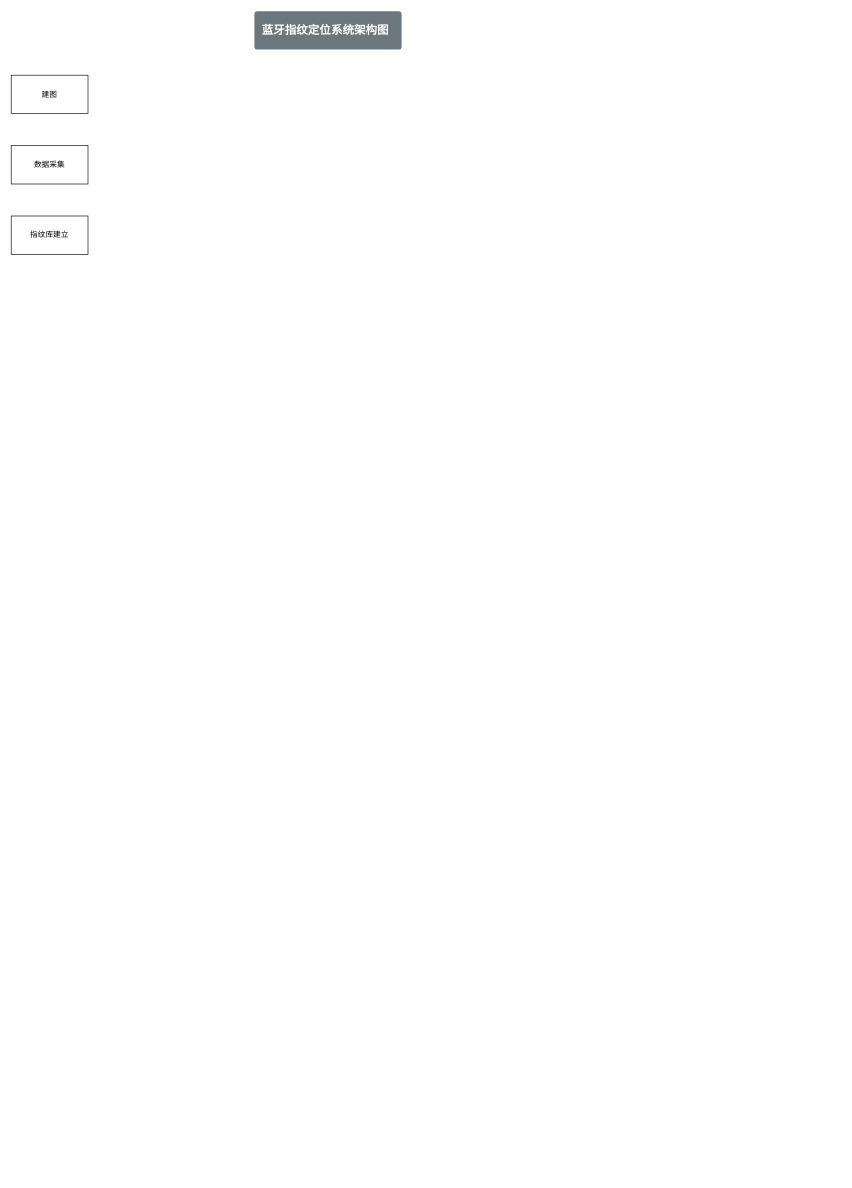
Above: page "指纹定位系统架构" (1 of 3) of Fingerprinting/Doc/BLE-Fingerprinting.drawio in Joiner12/Position (draw.io), before the change. Source tidied: cells renumbered, new cells numbered last; positions are measured from the earlier drawing's top-left corner, leaving out a move shared by most shapes. Both pictures are drawn from the tidied source at 64%, with x=0, y=0 at pixel (11, 11).
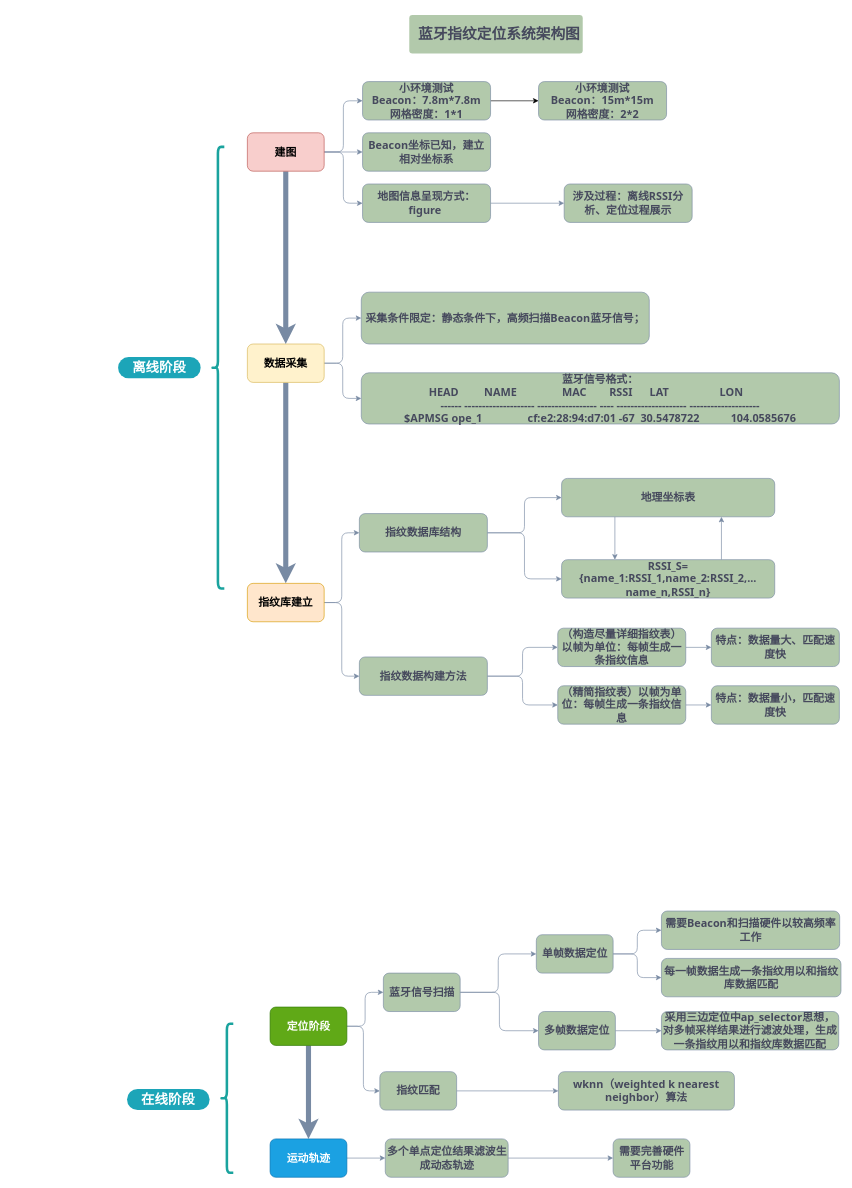
The same diagram, later.

What changed in the source:
```diff
@@
-    <mxCell id="2" value="蓝牙指纹定位系统架构图" style="html=1;shadow=0;dashed=0;shape=mxgraph.bootstrap.rrect;rSize=5;strokeColor=none;strokeWidth=1;fillColor=#6C767D;fontColor=#FFFFFF;whiteSpace=wrap;align=left;verticalAlign=middle;spacingLeft=10;fontStyle=1;fontSize=18;" parent="1" vertex="1">
-      <mxGeometry x="380" width="230" height="60" as="geometry" />
+    <mxCell id="2" value="&lt;font style=&quot;font-size: 23px;&quot;&gt;蓝牙指纹定位系统架构图&lt;/font&gt;" style="html=1;shadow=0;dashed=0;shape=mxgraph.bootstrap.rrect;rSize=5;strokeColor=none;strokeWidth=1;fillColor=#B2C9AB;fontColor=#46495D;whiteSpace=wrap;align=center;verticalAlign=middle;spacingLeft=10;fontStyle=1;fontSize=23;rounded=1;fontFamily=Times New Roman;" parent="1" vertex="1">
+      <mxGeometry x="622" y="6" width="271" height="60" as="geometry" />
     </mxCell>
+    <mxCell id="6" style="edgeStyle=orthogonalEdgeStyle;jettySize=auto;html=1;entryX=0;entryY=0.5;entryDx=0;entryDy=0;strokeColor=#788AA3;fontColor=#46495D;fontSize=17;fontStyle=1;fontFamily=Tahoma;" parent="1" edge="1" source="3" target="17">
+      <mxGeometry relative="1" as="geometry" />
+    </mxCell>
+    <mxCell id="7" style="edgeStyle=orthogonalEdgeStyle;jettySize=auto;html=1;exitX=1;exitY=0.5;exitDx=0;exitDy=0;strokeColor=#788AA3;fontColor=#46495D;fontSize=17;fontStyle=1;fontFamily=Tahoma;" parent="1" edge="1" source="3" target="22">
+      <mxGeometry relative="1" as="geometry" />
+    </mxCell>
+    <mxCell id="8" style="edgeStyle=orthogonalEdgeStyle;curved=0;rounded=1;sketch=0;jettySize=auto;html=1;fontFamily=Times New Roman;fontSize=23;fontColor=#46495D;strokeColor=#788AA3;fillColor=#B2C9AB;strokeWidth=8;" parent="1" edge="1" source="3" target="5">
+      <mxGeometry relative="1" as="geometry" />
+    </mxCell>
-    <mxCell id="3" value="数据采集" style="rounded=0;whiteSpace=wrap;html=1;" parent="1" vertex="1">
-      <mxGeometry y="210" width="120" height="60" as="geometry" />
+    <mxCell id="3" value="数据采集" style="whiteSpace=wrap;html=1;rounded=1;fillColor=#fff2cc;strokeColor=#d6b656;fontSize=17;fontStyle=1;fontFamily=Tahoma;" parent="1" vertex="1">
+      <mxGeometry x="369" y="520" width="120" height="60" as="geometry" />
     </mxCell>
+    <mxCell id="9" style="edgeStyle=orthogonalEdgeStyle;jettySize=auto;html=1;strokeColor=#788AA3;fontColor=#46495D;fontSize=17;fontStyle=1;fontFamily=Tahoma;" parent="1" edge="1" source="4" target="18">
+      <mxGeometry relative="1" as="geometry" />
+    </mxCell>
+    <mxCell id="10" style="edgeStyle=orthogonalEdgeStyle;jettySize=auto;html=1;entryX=0;entryY=0.5;entryDx=0;entryDy=0;strokeColor=#788AA3;fontColor=#46495D;fontSize=17;fontStyle=1;fontFamily=Tahoma;" parent="1" edge="1" source="4" target="20">
+      <mxGeometry relative="1" as="geometry" />
+    </mxCell>
+    <mxCell id="11" style="edgeStyle=orthogonalEdgeStyle;jettySize=auto;html=1;entryX=0;entryY=0.5;entryDx=0;entryDy=0;strokeColor=#788AA3;fontColor=#46495D;fontSize=17;fontStyle=1;fontFamily=Tahoma;" parent="1" edge="1" source="4" target="16">
+      <mxGeometry relative="1" as="geometry" />
+    </mxCell>
+    <mxCell id="12" style="edgeStyle=orthogonalEdgeStyle;curved=0;rounded=1;sketch=0;jettySize=auto;html=1;fontFamily=Times New Roman;fontSize=23;fontColor=#46495D;strokeColor=#788AA3;fillColor=#B2C9AB;strokeWidth=8;" parent="1" edge="1" source="4" target="3">
+      <mxGeometry relative="1" as="geometry" />
+    </mxCell>
-    <mxCell id="4" value="建图" style="rounded=0;whiteSpace=wrap;html=1;" parent="1" vertex="1">
-      <mxGeometry y="100" width="120" height="60" as="geometry" />
+    <mxCell id="4" value="建图" style="whiteSpace=wrap;html=1;rounded=1;fillColor=#f8cecc;strokeColor=#b85450;fontSize=17;fontStyle=1;fontFamily=Tahoma;" parent="1" vertex="1">
+      <mxGeometry x="369" y="190" width="120" height="60" as="geometry" />
     </mxCell>
+    <mxCell id="13" style="edgeStyle=orthogonalEdgeStyle;jettySize=auto;html=1;entryX=0;entryY=0.5;entryDx=0;entryDy=0;strokeColor=#788AA3;fontColor=#46495D;fontSize=17;fontStyle=1;fontFamily=Tahoma;" parent="1" edge="1" source="5" target="25">
+      <mxGeometry relative="1" as="geometry" />
+    </mxCell>
+    <mxCell id="14" style="edgeStyle=orthogonalEdgeStyle;jettySize=auto;html=1;entryX=0;entryY=0.5;entryDx=0;entryDy=0;strokeColor=#788AA3;fontColor=#46495D;fontSize=17;fontStyle=1;fontFamily=Tahoma;" parent="1" edge="1" source="5" target="32">
+      <mxGeometry relative="1" as="geometry" />
+    </mxCell>
-    <mxCell id="5" value="指纹库建立" style="rounded=0;whiteSpace=wrap;html=1;" parent="1" vertex="1">
-      <mxGeometry y="320" width="120" height="60" as="geometry" />
+    <mxCell id="5" value="指纹库建立" style="whiteSpace=wrap;html=1;rounded=1;fillColor=#ffe6cc;strokeColor=#d79b00;fontSize=17;fontStyle=1;fontFamily=Tahoma;" parent="1" vertex="1">
+      <mxGeometry x="369" y="894" width="120" height="60" as="geometry" />
     </mxCell>
+    <mxCell id="15" style="edgeStyle=orthogonalEdgeStyle;rounded=0;jettySize=auto;html=1;" parent="1" edge="1" source="16" target="66">
+      <mxGeometry relative="1" as="geometry" />
+    </mxCell>
+    <mxCell id="16" value="小环境测试&lt;br style=&quot;font-size: 17px;&quot;&gt;Beacon：7.8m*7.8m&lt;br style=&quot;font-size: 17px;&quot;&gt;网格密度：1*1" style="whiteSpace=wrap;html=1;rounded=1;fillColor=#B2C9AB;strokeColor=#788AA3;fontColor=#46495D;fontSize=17;fontStyle=1;fontFamily=Tahoma;" parent="1" vertex="1">
+      <mxGeometry x="549" y="110" width="200" height="60" as="geometry" />
+    </mxCell>
+    <mxCell id="17" value="采集条件限定：静态条件下，高频扫描Beacon蓝牙信号；" style="whiteSpace=wrap;html=1;rounded=1;fillColor=#B2C9AB;strokeColor=#788AA3;fontColor=#46495D;fontSize=17;fontStyle=1;fontFamily=Tahoma;" parent="1" vertex="1">
+      <mxGeometry x="547" y="439" width="450" height="81" as="geometry" />
+    </mxCell>
+    <mxCell id="18" value="Beacon坐标已知，建立相对坐标系" style="whiteSpace=wrap;html=1;rounded=1;fillColor=#B2C9AB;strokeColor=#788AA3;fontColor=#46495D;fontSize=17;fontStyle=1;fontFamily=Tahoma;" parent="1" vertex="1">
+      <mxGeometry x="549" y="190" width="200" height="60" as="geometry" />
+    </mxCell>
+    <mxCell id="19" style="edgeStyle=orthogonalEdgeStyle;jettySize=auto;html=1;strokeColor=#788AA3;fontColor=#46495D;fontSize=17;fontStyle=1;fontFamily=Tahoma;" parent="1" edge="1" source="20" target="21">
+      <mxGeometry relative="1" as="geometry" />
+    </mxCell>
+    <mxCell id="20" value="地图信息呈现方式：figure&amp;nbsp;" style="whiteSpace=wrap;html=1;rounded=1;fillColor=#B2C9AB;strokeColor=#788AA3;fontColor=#46495D;fontSize=17;fontStyle=1;fontFamily=Tahoma;" parent="1" vertex="1">
+      <mxGeometry x="549" y="270" width="200" height="60" as="geometry" />
+    </mxCell>
+    <mxCell id="21" value="涉及过程：离线RSSI分析、定位过程展示" style="whiteSpace=wrap;html=1;rounded=1;fillColor=#B2C9AB;strokeColor=#788AA3;fontColor=#46495D;fontSize=17;fontStyle=1;fontFamily=Tahoma;" parent="1" vertex="1">
+      <mxGeometry x="864" y="270" width="200" height="60" as="geometry" />
+    </mxCell>
+    <mxCell id="22" value="蓝牙信号格式：&lt;br style=&quot;font-size: 17px;&quot;&gt;&lt;div style=&quot;font-size: 17px;&quot;&gt;&amp;nbsp; HEAD&amp;nbsp; &amp;nbsp; &amp;nbsp; &amp;nbsp; &amp;nbsp;NAME&amp;nbsp; &amp;nbsp; &amp;nbsp; &amp;nbsp; &amp;nbsp; &amp;nbsp; &amp;nbsp; &amp;nbsp; MAC&amp;nbsp; &amp;nbsp; &amp;nbsp; &amp;nbsp; RSSI&amp;nbsp; &amp;nbsp; &amp;nbsp; LAT&amp;nbsp; &amp;nbsp; &amp;nbsp; &amp;nbsp; &amp;nbsp; &amp;nbsp; &amp;nbsp; &amp;nbsp; &amp;nbsp; LON&amp;nbsp; &amp;nbsp; &amp;nbsp; &amp;nbsp; &amp;nbsp; &amp;nbsp;&amp;nbsp;&lt;/div&gt;&lt;div style=&quot;font-size: 17px;&quot;&gt;------ -------------------- ----------------- ---- -------------------- --------------------&lt;/div&gt;&lt;div style=&quot;font-size: 17px;&quot;&gt;$APMSG ope_1&amp;nbsp; &amp;nbsp; &amp;nbsp; &amp;nbsp; &amp;nbsp; &amp;nbsp; &amp;nbsp; &amp;nbsp; cf:e2:28:94:d7:01 -67&amp;nbsp; 30.5478722&amp;nbsp; &amp;nbsp; &amp;nbsp; &amp;nbsp; &amp;nbsp; &amp;nbsp;104.0585676&lt;/div&gt;" style="whiteSpace=wrap;html=1;rounded=1;fillColor=#B2C9AB;strokeColor=#788AA3;fontColor=#46495D;fontSize=17;fontStyle=1;fontFamily=Tahoma;" parent="1" vertex="1">
+      <mxGeometry x="547" y="565" width="747" height="80" as="geometry" />
+    </mxCell>
+    <mxCell id="23" style="edgeStyle=orthogonalEdgeStyle;jettySize=auto;html=1;strokeColor=#788AA3;fontColor=#46495D;fontSize=17;fontStyle=1;fontFamily=Tahoma;" parent="1" edge="1" source="25" target="27">
+      <mxGeometry relative="1" as="geometry" />
+    </mxCell>
+    <mxCell id="24" style="edgeStyle=orthogonalEdgeStyle;jettySize=auto;html=1;exitX=1;exitY=0.5;exitDx=0;exitDy=0;entryX=0;entryY=0.5;entryDx=0;entryDy=0;strokeColor=#788AA3;fontColor=#46495D;fontSize=17;fontStyle=1;fontFamily=Tahoma;" parent="1" edge="1" source="25" target="29">
+      <mxGeometry relative="1" as="geometry" />
+    </mxCell>
+    <mxCell id="25" value="指纹数据库结构" style="whiteSpace=wrap;html=1;rounded=1;fillColor=#B2C9AB;strokeColor=#788AA3;fontColor=#46495D;fontSize=17;fontStyle=1;fontFamily=Tahoma;" parent="1" vertex="1">
+      <mxGeometry x="544" y="785" width="200" height="60" as="geometry" />
+    </mxCell>
+    <mxCell id="26" style="edgeStyle=orthogonalEdgeStyle;jettySize=auto;html=1;exitX=0.25;exitY=1;exitDx=0;exitDy=0;entryX=0.25;entryY=0;entryDx=0;entryDy=0;strokeColor=#788AA3;fontColor=#46495D;fontSize=17;fontStyle=1;fontFamily=Tahoma;" parent="1" edge="1" source="27" target="29">
+      <mxGeometry relative="1" as="geometry" />
+    </mxCell>
+    <mxCell id="27" value="地理坐标表" style="whiteSpace=wrap;html=1;rounded=1;fillColor=#B2C9AB;strokeColor=#788AA3;fontColor=#46495D;fontSize=17;fontStyle=1;fontFamily=Tahoma;" parent="1" vertex="1">
+      <mxGeometry x="860" y="730" width="333" height="60" as="geometry" />
+    </mxCell>
+    <mxCell id="28" style="edgeStyle=orthogonalEdgeStyle;jettySize=auto;html=1;exitX=0.75;exitY=0;exitDx=0;exitDy=0;entryX=0.75;entryY=1;entryDx=0;entryDy=0;strokeColor=#788AA3;fontColor=#46495D;fontSize=17;fontStyle=1;fontFamily=Tahoma;" parent="1" edge="1" source="29" target="27">
+      <mxGeometry relative="1" as="geometry" />
+    </mxCell>
+    <mxCell id="29" value="RSSI_S={name_1:RSSI_1,name_2:RSSI_2,...&lt;br style=&quot;font-size: 17px;&quot;&gt;name_n,RSSI_n}" style="whiteSpace=wrap;html=1;rounded=1;fillColor=#B2C9AB;strokeColor=#788AA3;fontColor=#46495D;fontSize=17;fontStyle=1;fontFamily=Tahoma;" parent="1" vertex="1">
+      <mxGeometry x="860" y="857" width="333" height="60" as="geometry" />
+    </mxCell>
+    <mxCell id="30" style="edgeStyle=orthogonalEdgeStyle;jettySize=auto;html=1;exitX=1;exitY=0.5;exitDx=0;exitDy=0;entryX=0;entryY=0.5;entryDx=0;entryDy=0;strokeColor=#788AA3;fontColor=#46495D;fontSize=17;fontStyle=1;fontFamily=Tahoma;" parent="1" edge="1" source="32" target="34">
+      <mxGeometry relative="1" as="geometry" />
+    </mxCell>
+    <mxCell id="31" style="edgeStyle=orthogonalEdgeStyle;jettySize=auto;html=1;entryX=0;entryY=0.5;entryDx=0;entryDy=0;strokeColor=#788AA3;fontColor=#46495D;fontSize=17;fontStyle=1;fontFamily=Tahoma;" parent="1" edge="1" source="32" target="36">
+      <mxGeometry relative="1" as="geometry" />
+    </mxCell>
+    <mxCell id="32" value="指纹数据构建方法" style="whiteSpace=wrap;html=1;rounded=1;fillColor=#B2C9AB;strokeColor=#788AA3;fontColor=#46495D;fontSize=17;fontStyle=1;fontFamily=Tahoma;" parent="1" vertex="1">
+      <mxGeometry x="544" y="1009" width="200" height="60" as="geometry" />
+    </mxCell>
+    <mxCell id="33" style="edgeStyle=orthogonalEdgeStyle;jettySize=auto;html=1;entryX=0;entryY=0.5;entryDx=0;entryDy=0;strokeColor=#788AA3;fontColor=#46495D;fontSize=17;fontStyle=1;fontFamily=Tahoma;" parent="1" edge="1" source="34" target="38">
+      <mxGeometry relative="1" as="geometry" />
+    </mxCell>
+    <mxCell id="34" value="（构造尽量详细指纹表）以帧为单位：每帧生成一条指纹信息" style="whiteSpace=wrap;html=1;rounded=1;fillColor=#B2C9AB;strokeColor=#788AA3;fontColor=#46495D;fontSize=17;fontStyle=1;fontFamily=Tahoma;" parent="1" vertex="1">
+      <mxGeometry x="854" y="964" width="200" height="60" as="geometry" />
+    </mxCell>
+    <mxCell id="35" style="edgeStyle=orthogonalEdgeStyle;jettySize=auto;html=1;strokeColor=#788AA3;fontColor=#46495D;fontSize=17;fontStyle=1;fontFamily=Tahoma;" parent="1" edge="1" source="36" target="37">
+      <mxGeometry relative="1" as="geometry" />
+    </mxCell>
+    <mxCell id="36" value="（精简指纹表）以帧为单位：每帧生成一条指纹信息" style="whiteSpace=wrap;html=1;rounded=1;fillColor=#B2C9AB;strokeColor=#788AA3;fontColor=#46495D;fontSize=17;fontStyle=1;fontFamily=Tahoma;" parent="1" vertex="1">
+      <mxGeometry x="854" y="1054" width="200" height="60" as="geometry" />
+    </mxCell>
+    <mxCell id="37" value="特点：数据量小，匹配速度快" style="whiteSpace=wrap;html=1;rounded=1;fillColor=#B2C9AB;strokeColor=#788AA3;fontColor=#46495D;fontSize=17;fontStyle=1;fontFamily=Tahoma;" parent="1" vertex="1">
+      <mxGeometry x="1094" y="1054" width="200" height="60" as="geometry" />
+    </mxCell>
+    <mxCell id="38" value="特点：数据量大、匹配速度快" style="whiteSpace=wrap;html=1;rounded=1;fillColor=#B2C9AB;strokeColor=#788AA3;fontColor=#46495D;fontSize=17;fontStyle=1;fontFamily=Tahoma;" parent="1" vertex="1">
+      <mxGeometry x="1094" y="964" width="200" height="60" as="geometry" />
+    </mxCell>
+    <mxCell id="39" style="edgeStyle=orthogonalEdgeStyle;jettySize=auto;html=1;strokeColor=#788AA3;fontColor=#46495D;fontSize=17;fontStyle=1;fontFamily=Tahoma;" parent="1" edge="1" source="42" target="45">
+      <mxGeometry relative="1" as="geometry" />
+    </mxCell>
+    <mxCell id="40" style="edgeStyle=orthogonalEdgeStyle;jettySize=auto;html=1;entryX=0;entryY=0.5;entryDx=0;entryDy=0;strokeColor=#788AA3;fontColor=#46495D;fontSize=17;fontStyle=1;fontFamily=Tahoma;" parent="1" edge="1" source="42" target="47">
+      <mxGeometry relative="1" as="geometry" />
+    </mxCell>
+    <mxCell id="41" style="edgeStyle=orthogonalEdgeStyle;curved=0;rounded=1;sketch=0;jettySize=auto;html=1;entryX=0.5;entryY=0;entryDx=0;entryDy=0;fontFamily=Times New Roman;fontSize=23;fontColor=#46495D;strokeColor=#788AA3;fillColor=#B2C9AB;strokeWidth=8;" parent="1" edge="1" source="42" target="54">
+      <mxGeometry relative="1" as="geometry" />
+    </mxCell>
+    <mxCell id="42" value="定位阶段" style="whiteSpace=wrap;html=1;rounded=1;fillColor=#60a917;strokeColor=#2D7600;fontColor=#ffffff;fontSize=17;fontStyle=1;fontFamily=Tahoma;" parent="1" vertex="1">
+      <mxGeometry x="404.5" y="1556" width="120" height="60" as="geometry" />
+    </mxCell>
+    <mxCell id="43" style="edgeStyle=orthogonalEdgeStyle;jettySize=auto;html=1;entryX=0;entryY=0.5;entryDx=0;entryDy=0;strokeColor=#788AA3;fontColor=#46495D;fontSize=17;fontStyle=1;fontFamily=Tahoma;" parent="1" edge="1" source="45" target="50">
+      <mxGeometry relative="1" as="geometry" />
+    </mxCell>
+    <mxCell id="44" style="edgeStyle=orthogonalEdgeStyle;jettySize=auto;html=1;entryX=0;entryY=0.5;entryDx=0;entryDy=0;strokeColor=#788AA3;fontColor=#46495D;fontSize=17;fontStyle=1;fontFamily=Tahoma;" parent="1" edge="1" source="45" target="52">
+      <mxGeometry relative="1" as="geometry" />
+    </mxCell>
+    <mxCell id="45" value="蓝牙信号扫描" style="whiteSpace=wrap;html=1;rounded=1;fillColor=#B2C9AB;strokeColor=#788AA3;fontColor=#46495D;fontSize=17;fontStyle=1;fontFamily=Tahoma;" parent="1" vertex="1">
+      <mxGeometry x="581.5" y="1503" width="120" height="60" as="geometry" />
+    </mxCell>
+    <mxCell id="46" style="edgeStyle=orthogonalEdgeStyle;jettySize=auto;html=1;entryX=0;entryY=0.5;entryDx=0;entryDy=0;strokeColor=#788AA3;fontColor=#46495D;fontSize=17;fontStyle=1;fontFamily=Tahoma;" parent="1" edge="1" source="47" target="58">
+      <mxGeometry relative="1" as="geometry" />
+    </mxCell>
+    <mxCell id="47" value="指纹匹配" style="whiteSpace=wrap;html=1;rounded=1;fillColor=#B2C9AB;strokeColor=#788AA3;fontColor=#46495D;fontSize=17;fontStyle=1;fontFamily=Tahoma;" parent="1" vertex="1">
+      <mxGeometry x="576" y="1657" width="120" height="60" as="geometry" />
+    </mxCell>
+    <mxCell id="48" style="edgeStyle=orthogonalEdgeStyle;jettySize=auto;html=1;entryX=0;entryY=0.5;entryDx=0;entryDy=0;strokeColor=#788AA3;fontColor=#46495D;fontSize=17;fontStyle=1;fontFamily=Tahoma;" parent="1" edge="1" source="50" target="56">
+      <mxGeometry relative="1" as="geometry" />
+    </mxCell>
+    <mxCell id="49" style="edgeStyle=orthogonalEdgeStyle;jettySize=auto;html=1;strokeColor=#788AA3;fontColor=#46495D;fontSize=17;fontStyle=1;fontFamily=Tahoma;" parent="1" edge="1" source="50" target="57">
+      <mxGeometry relative="1" as="geometry" />
+    </mxCell>
+    <mxCell id="50" value="单帧数据定位" style="whiteSpace=wrap;html=1;rounded=1;fillColor=#B2C9AB;strokeColor=#788AA3;fontColor=#46495D;fontSize=17;fontStyle=1;fontFamily=Tahoma;" parent="1" vertex="1">
+      <mxGeometry x="820.5" y="1443" width="120" height="60" as="geometry" />
+    </mxCell>
+    <mxCell id="51" style="edgeStyle=orthogonalEdgeStyle;jettySize=auto;html=1;entryX=0;entryY=0.5;entryDx=0;entryDy=0;strokeColor=#788AA3;fontColor=#46495D;fontSize=17;fontStyle=1;fontFamily=Tahoma;" parent="1" edge="1" source="52" target="55">
+      <mxGeometry relative="1" as="geometry" />
+    </mxCell>
+    <mxCell id="52" value="多帧数据定位" style="whiteSpace=wrap;html=1;rounded=1;fillColor=#B2C9AB;strokeColor=#788AA3;fontColor=#46495D;fontSize=17;fontStyle=1;fontFamily=Tahoma;" parent="1" vertex="1">
+      <mxGeometry x="824" y="1563" width="120" height="60" as="geometry" />
+    </mxCell>
+    <mxCell id="53" style="edgeStyle=orthogonalEdgeStyle;jettySize=auto;html=1;entryX=0;entryY=0.5;entryDx=0;entryDy=0;strokeColor=#788AA3;fontColor=#46495D;fontSize=17;fontStyle=1;fontFamily=Tahoma;" parent="1" edge="1" source="54" target="60">
+      <mxGeometry relative="1" as="geometry" />
+    </mxCell>
+    <mxCell id="54" value="运动轨迹" style="whiteSpace=wrap;html=1;rounded=1;fillColor=#1ba1e2;strokeColor=#006EAF;fontColor=#ffffff;fontSize=17;fontStyle=1;fontFamily=Tahoma;" parent="1" vertex="1">
+      <mxGeometry x="404.5" y="1762" width="120" height="60" as="geometry" />
+    </mxCell>
+    <mxCell id="55" value="采用三边定位中ap_selector思想，对多帧采样结果进行滤波处理，生成一条指纹用以和指纹库数据匹配" style="whiteSpace=wrap;html=1;rounded=1;fillColor=#B2C9AB;strokeColor=#788AA3;fontColor=#46495D;fontSize=17;fontStyle=1;fontFamily=Tahoma;" parent="1" vertex="1">
+      <mxGeometry x="1016" y="1563" width="277" height="60" as="geometry" />
+    </mxCell>
+    <mxCell id="56" value="需要Beacon和扫描硬件以较高频率工作" style="whiteSpace=wrap;html=1;rounded=1;fillColor=#B2C9AB;strokeColor=#788AA3;fontColor=#46495D;fontSize=17;fontStyle=1;fontFamily=Tahoma;" parent="1" vertex="1">
+      <mxGeometry x="1016" y="1406" width="278.5" height="60" as="geometry" />
+    </mxCell>
+    <mxCell id="57" value="每一帧数据生成一条指纹用以和指纹库数据匹配" style="whiteSpace=wrap;html=1;rounded=1;fillColor=#B2C9AB;strokeColor=#788AA3;fontColor=#46495D;fontSize=17;fontStyle=1;fontFamily=Tahoma;" parent="1" vertex="1">
+      <mxGeometry x="1016" y="1480" width="280.5" height="60" as="geometry" />
+    </mxCell>
+    <mxCell id="58" value="wknn（weighted k nearest neighbor）算法" style="whiteSpace=wrap;html=1;rounded=1;fillColor=#B2C9AB;strokeColor=#788AA3;fontColor=#46495D;fontSize=17;fontStyle=1;fontFamily=Tahoma;" parent="1" vertex="1">
+      <mxGeometry x="855" y="1657" width="275" height="60" as="geometry" />
+    </mxCell>
+    <mxCell id="59" style="edgeStyle=orthogonalEdgeStyle;jettySize=auto;html=1;entryX=0;entryY=0.5;entryDx=0;entryDy=0;strokeColor=#788AA3;fontColor=#46495D;fontSize=17;fontStyle=1;fontFamily=Tahoma;" parent="1" edge="1" source="60" target="61">
+      <mxGeometry relative="1" as="geometry" />
+    </mxCell>
+    <mxCell id="60" value="多个单点定位结果滤波生成动态轨迹" style="whiteSpace=wrap;html=1;rounded=1;fillColor=#B2C9AB;strokeColor=#788AA3;fontColor=#46495D;fontSize=17;fontStyle=1;fontFamily=Tahoma;" parent="1" vertex="1">
+      <mxGeometry x="584.5" y="1762" width="192" height="60" as="geometry" />
+    </mxCell>
+    <mxCell id="61" value="需要完善硬件平台功能" style="whiteSpace=wrap;html=1;rounded=1;fillColor=#B2C9AB;strokeColor=#788AA3;fontColor=#46495D;fontSize=17;fontStyle=1;fontFamily=Tahoma;" parent="1" vertex="1">
+      <mxGeometry x="940.5" y="1762" width="120" height="60" as="geometry" />
+    </mxCell>
+    <mxCell id="62" style="shape=curlyBracket;whiteSpace=wrap;html=1;rounded=1;sketch=0;fontFamily=Times New Roman;fontSize=23;fontColor=#46495D;fillColor=none;align=center;strokeWidth=4;strokeColor=#1AA39E;" parent="1" vertex="1">
+      <mxGeometry x="313" y="212" width="20" height="690" as="geometry" />
+    </mxCell>
+    <mxCell id="63" value="离线阶段" style="rounded=1;whiteSpace=wrap;html=1;arcSize=50;strokeColor=none;strokeWidth=1;fillColor=#1CA5B8;fontColor=#ffffff;whiteSpace=wrap;align=center;verticalAlign=middle;spacingLeft=0;fontStyle=1;fontSize=21;spacing=10;sketch=0;fontFamily=Times New Roman;" parent="1" vertex="1">
+      <mxGeometry x="167" y="540.5" width="129" height="33" as="geometry" />
+    </mxCell>
+    <mxCell id="64" style="shape=curlyBracket;whiteSpace=wrap;html=1;rounded=1;sketch=0;fontFamily=Times New Roman;fontSize=23;fontColor=#46495D;fillColor=none;align=center;strokeWidth=4;strokeColor=#1AA39E;" parent="1" vertex="1">
+      <mxGeometry x="327" y="1582" width="20" height="233" as="geometry" />
+    </mxCell>
+    <mxCell id="65" value="在线阶段" style="rounded=1;whiteSpace=wrap;html=1;arcSize=50;strokeColor=none;strokeWidth=1;fillColor=#1CA5B8;fontColor=#ffffff;whiteSpace=wrap;align=center;verticalAlign=middle;spacingLeft=0;fontStyle=1;fontSize=21;spacing=10;sketch=0;fontFamily=Times New Roman;" parent="1" vertex="1">
+      <mxGeometry x="181" y="1684" width="129" height="33" as="geometry" />
+    </mxCell>
+    <mxCell id="66" value="小环境测试&lt;br style=&quot;font-size: 17px&quot;&gt;Beacon：15m*15m&lt;br style=&quot;font-size: 17px&quot;&gt;网格密度：2*2" style="whiteSpace=wrap;html=1;rounded=1;fillColor=#B2C9AB;strokeColor=#788AA3;fontColor=#46495D;fontSize=17;fontStyle=1;fontFamily=Tahoma;" parent="1" vertex="1">
+      <mxGeometry x="824" y="110" width="200" height="60" as="geometry" />
+    </mxCell>
```
